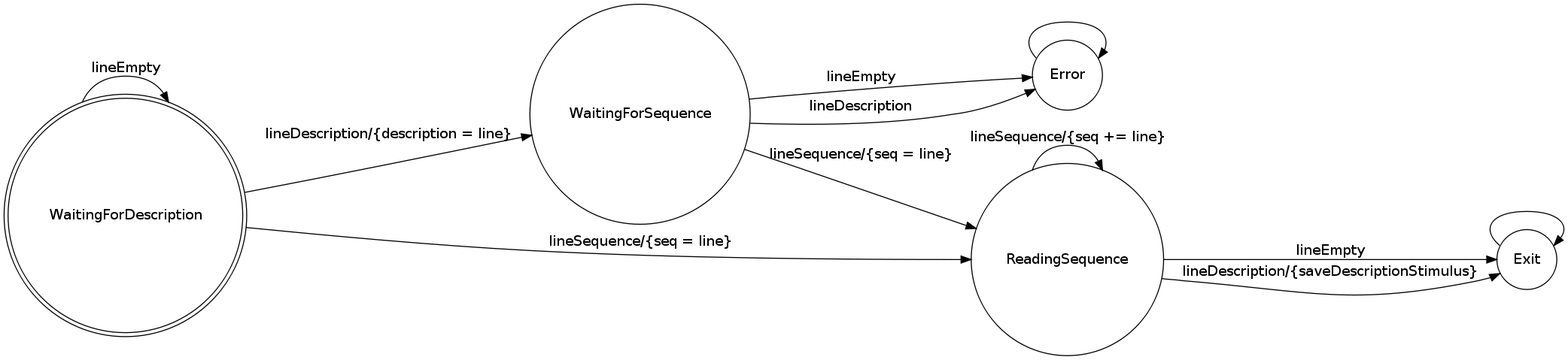
Earlier version of the Graphviz export doc/FSM.png (fmunoz92/biopp-filer). Its source is kept beside it as doc/fsm.gv.
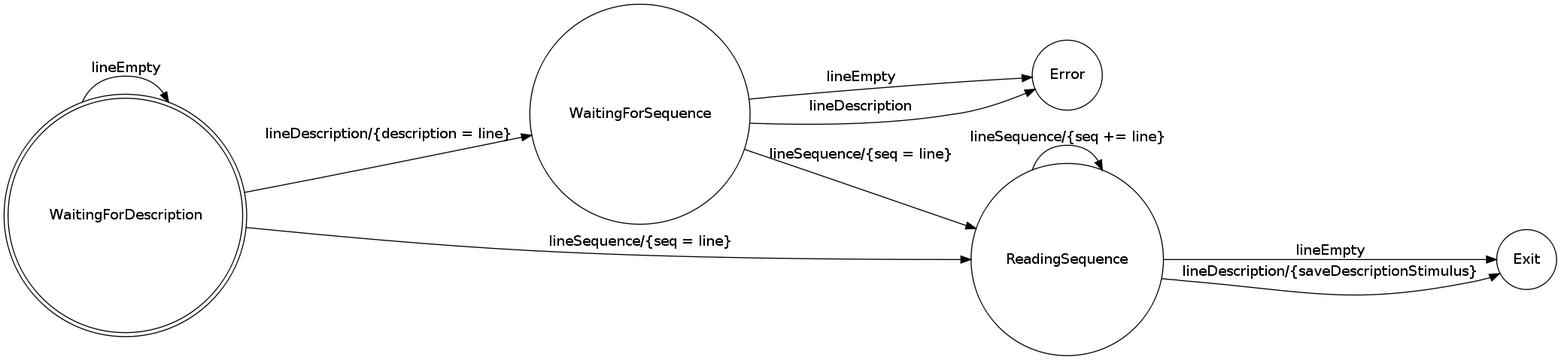
Above is the later version.

The edit, as a diff of the source:
```diff
@@ -15,8 +15,4 @@
 	ReadingSequence    -> Exit               [ label = "lineEmpty" ];
 	ReadingSequence    -> ReadingSequence    [ label = "lineSequence/{seq += line}" ];
     ReadingSequence    -> Exit               [ label = "lineDescription/{saveDescriptionStimulus}" ];
-
-    Error-> Error [label = ""]
-
-    Exit -> Exit [label = ""]
 }
```
